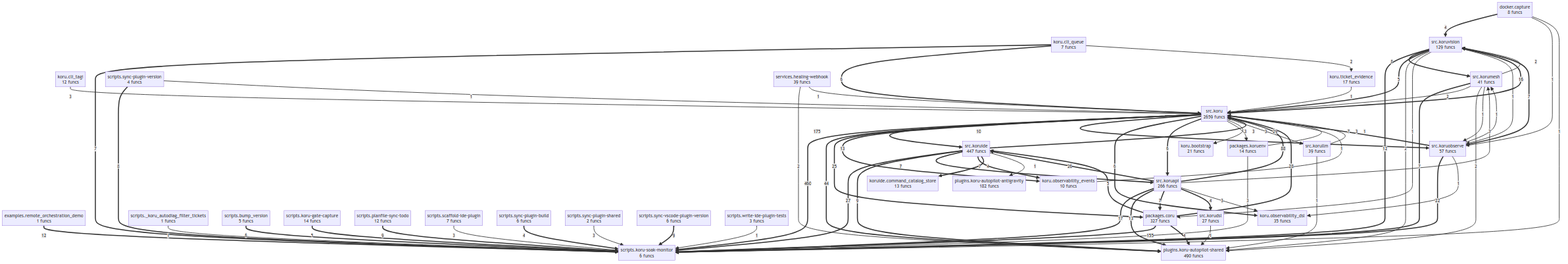
semcod/koru keeps this Mermaid diagram as project/compact_flow.png. Above is the earlier version. Its source is kept beside it as project/compact_flow.mmd.
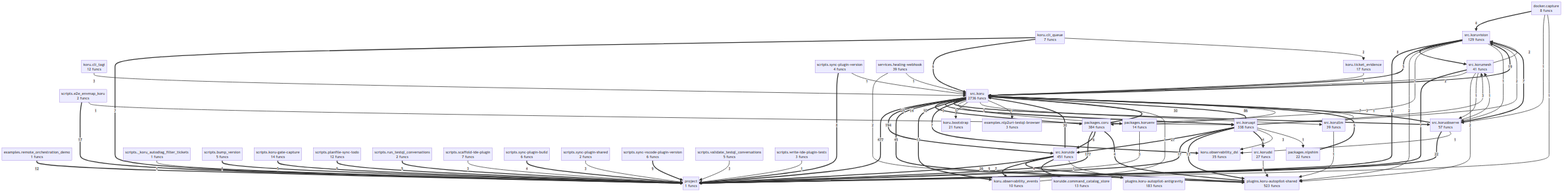
The same diagram one commit later.

Change to the diagram source:
```diff
@@ -1,5 +1,6 @@
 flowchart TD
     docker__capture["docker.capture<br/>8 funcs"]
+    examples__nlp2uri_testql_browser["examples.nlp2uri-testql-browser<br/>3 funcs"]
     examples__remote_orchestration_demo["examples.remote_orchestration_demo<br/>1 funcs"]
     koru__bootstrap["koru.bootstrap<br/>21 funcs"]
     koru__cli_queue["koru.cli_queue<br/>7 funcs"]
@@ -8,83 +9,90 @@
     koru__observability_events["koru.observability_events<br/>10 funcs"]
     koru__ticket_evidence["koru.ticket_evidence<br/>17 funcs"]
     koruide__command_catalog_store["koruide.command_catalog_store<br/>13 funcs"]
-    packages__coru["packages.coru<br/>327 funcs"]
+    packages__coru["packages.coru<br/>384 funcs"]
     packages__koruenv["packages.koruenv<br/>14 funcs"]
-    plugins__koru_autopilot_antigravity["plugins.koru-autopilot-antigravity<br/>182 funcs"]
-    plugins__koru_autopilot_shared["plugins.koru-autopilot-shared<br/>490 funcs"]
+    packages__nlpshim["packages.nlpshim<br/>22 funcs"]
+    plugins__koru_autopilot_antigravity["plugins.koru-autopilot-antigravity<br/>183 funcs"]
+    plugins__koru_autopilot_shared["plugins.koru-autopilot-shared<br/>523 funcs"]
+    project["project<br/>1 funcs"]
     scripts___koru_autodiag_filter_tickets["scripts._koru_autodiag_filter_tickets<br/>1 funcs"]
     scripts__bump_version["scripts.bump_version<br/>5 funcs"]
+    scripts__e2e_envmap_koru["scripts.e2e_envmap_koru<br/>2 funcs"]
     scripts__koru_gate_capture["scripts.koru-gate-capture<br/>14 funcs"]
-    scripts__koru_soak_monitor["scripts.koru-soak-monitor<br/>6 funcs"]
     scripts__planfile_sync_todo["scripts.planfile-sync-todo<br/>12 funcs"]
+    scripts__run_testql_conversations["scripts.run_testql_conversations<br/>2 funcs"]
     scripts__scaffold_ide_plugin["scripts.scaffold-ide-plugin<br/>7 funcs"]
     scripts__sync_plugin_build["scripts.sync-plugin-build<br/>6 funcs"]
     scripts__sync_plugin_shared["scripts.sync-plugin-shared<br/>2 funcs"]
     scripts__sync_plugin_version["scripts.sync-plugin-version<br/>4 funcs"]
     scripts__sync_vscode_plugin_version["scripts.sync-vscode-plugin-version<br/>6 funcs"]
+    scripts__validate_testql_conversations["scripts.validate_testql_conversations<br/>5 funcs"]
     scripts__write_ide_plugin_tests["scripts.write-ide-plugin-tests<br/>3 funcs"]
     services__healing_webhook["services.healing-webhook<br/>39 funcs"]
-    src__koru["src.koru<br/>2659 funcs"]
-    src__koruapi["src.koruapi<br/>266 funcs"]
+    src__koru["src.koru<br/>2736 funcs"]
+    src__koruapi["src.koruapi<br/>338 funcs"]
     src__korudsl["src.korudsl<br/>27 funcs"]
-    src__koruide["src.koruide<br/>447 funcs"]
+    src__koruide["src.koruide<br/>451 funcs"]
     src__korullm["src.korullm<br/>39 funcs"]
     src__korumesh["src.korumesh<br/>41 funcs"]
     src__koruobserve["src.koruobserve<br/>57 funcs"]
     src__koruvision["src.koruvision<br/>129 funcs"]
-    src__koru ==>|460| scripts__koru_soak_monitor
-    src__koru ==>|175| src__koruide
-    packages__coru ==>|155| scripts__koru_soak_monitor
-    src__koruapi ==>|88| src__koru
-    src__koru ==>|44| plugins__koru_autopilot_shared
-    src__koruide ==>|29| src__koru
-    packages__coru ==>|28| src__koru
-    src__koruide ==>|27| scripts__koru_soak_monitor
-    src__koruapi ==>|26| src__koruide
+    src__koru ==>|477| project
+    src__koru ==>|194| src__koruide
+    packages__coru ==>|177| project
+    src__koruapi ==>|86| src__koru
+    src__koru ==>|45| plugins__koru_autopilot_shared
+    packages__coru ==>|30| src__koru
+    src__koruide ==>|30| src__koru
+    src__koruapi ==>|27| src__koruide
+    src__koruide ==>|26| project
     src__koru ==>|25| packages__coru
-    src__koruobserve ==>|22| scripts__koru_soak_monitor
-    src__koruapi ==>|17| scripts__koru_soak_monitor
-    src__koru ==>|16| src__koruvision
+    src__koruobserve ==>|22| project
+    src__koru ==>|19| src__koruvision
+    src__koruapi ==>|17| project
+    scripts__e2e_envmap_koru ==>|17| project
+    src__koru ==>|14| src__koruapi
     src__koruapi ==>|13| plugins__koru_autopilot_shared
     src__koru ==>|13| koru__observability_events
-    examples__remote_orchestration_demo ==>|12| scripts__koru_soak_monitor
-    src__koruvision ==>|12| scripts__koru_soak_monitor
+    examples__remote_orchestration_demo ==>|12| project
+    src__koruvision ==>|12| project
     src__koru ==>|10| src__koruobserve
     src__koruide ==>|9| plugins__koru_autopilot_shared
-    scripts__planfile_sync_todo ==>|9| scripts__koru_soak_monitor
-    scripts__sync_vscode_plugin_version ==>|9| scripts__koru_soak_monitor
+    scripts__planfile_sync_todo ==>|9| project
+    scripts__sync_vscode_plugin_version ==>|9| project
     src__koruvision ==>|8| src__korumesh
-    scripts__sync_plugin_version ==>|8| scripts__koru_soak_monitor
+    scripts__sync_plugin_version ==>|8| project
     src__koruobserve ==>|7| src__koru
     src__koruobserve ==>|7| src__koruvision
-    src__koruapi ==>|7| packages__coru
-    src__korumesh ==>|7| scripts__koru_soak_monitor
-    src__koruide ==>|7| src__koruapi
+    src__korumesh ==>|7| project
     src__koruide ==>|7| koru__observability_events
-    koru__cli_queue ==>|7| scripts__koru_soak_monitor
-    src__koru ==>|6| koru__observability_dsl
-    src__koru ==>|6| src__koruapi
+    src__koru ==>|7| koru__observability_dsl
+    koru__cli_queue ==>|7| project
+    packages__nlpshim ==>|6| src__koru
+    packages__coru ==>|6| src__koruide
     koru__cli_queue ==>|6| src__koru
-    scripts__bump_version ==>|6| scripts__koru_soak_monitor
-    packages__coru ==>|5| src__koruide
+    scripts__bump_version ==>|6| project
     src__koruvision ==>|5| src__koru
-    scripts__koru_gate_capture ==>|5| scripts__koru_soak_monitor
+    scripts__koru_gate_capture ==>|5| project
+    scripts__run_testql_conversations ==>|5| project
     packages__coru ==>|4| plugins__koru_autopilot_shared
     src__koruapi ==>|4| src__korudsl
     src__koruide ==>|4| koruide__command_catalog_store
     docker__capture ==>|4| src__koruvision
-    scripts__sync_plugin_build ==>|4| scripts__koru_soak_monitor
+    scripts__sync_plugin_build ==>|4| project
     packages__koruenv -->|3| src__koru
-    packages__koruenv -->|3| scripts__koru_soak_monitor
+    packages__koruenv -->|3| project
     src__koruapi -->|3| src__korumesh
     src__koruapi -->|3| koru__observability_dsl
     src__koru -->|3| packages__koruenv
     src__koru -->|3| koru__bootstrap
     src__koru -->|3| src__korullm
     koru__cli_tagi -->|3| src__koru
-    scripts__sync_plugin_shared -->|3| scripts__koru_soak_monitor
-    scripts__scaffold_ide_plugin -->|3| scripts__koru_soak_monitor
+    scripts__sync_plugin_shared -->|3| project
+    scripts__scaffold_ide_plugin -->|3| project
+    scripts__validate_testql_conversations -->|3| project
     services__healing_webhook -->|2| plugins__koru_autopilot_shared
+    src__koruapi -->|2| src__koruvision
     src__koruvision -->|2| plugins__koru_autopilot_shared
     src__korumesh -->|2| src__koru
     src__korumesh -->|2| src__koruvision
@@ -94,6 +102,7 @@
     src__koruobserve -->|1| src__korumesh
     src__koruobserve -->|1| koru__observability_dsl
     src__korudsl -->|1| plugins__koru_autopilot_shared
+    src__koruapi -->|1| packages__nlpshim
     src__korullm -->|1| src__koru
     src__korullm -->|1| plugins__koru_autopilot_shared
     src__koruvision -->|1| packages__coru
@@ -102,8 +111,10 @@
     src__koruide -->|1| plugins__koru_autopilot_antigravity
     koru__ticket_evidence -->|1| src__koru
     koru__observability_events -->|1| src__koru
+    src__koru -->|1| examples__nlp2uri_testql_browser
     docker__capture -->|1| src__koruobserve
-    docker__capture -->|1| scripts__koru_soak_monitor
-    scripts__write_ide_plugin_tests -->|1| scripts__koru_soak_monitor
+    docker__capture -->|1| project
+    scripts__write_ide_plugin_tests -->|1| project
     scripts__sync_plugin_version -->|1| src__koru
-    scripts___koru_autodiag_filter_tickets -->|1| scripts__koru_soak_monitor
+    scripts___koru_autodiag_filter_tickets -->|1| project
+    scripts__e2e_envmap_koru -->|1| src__koruapi
```
